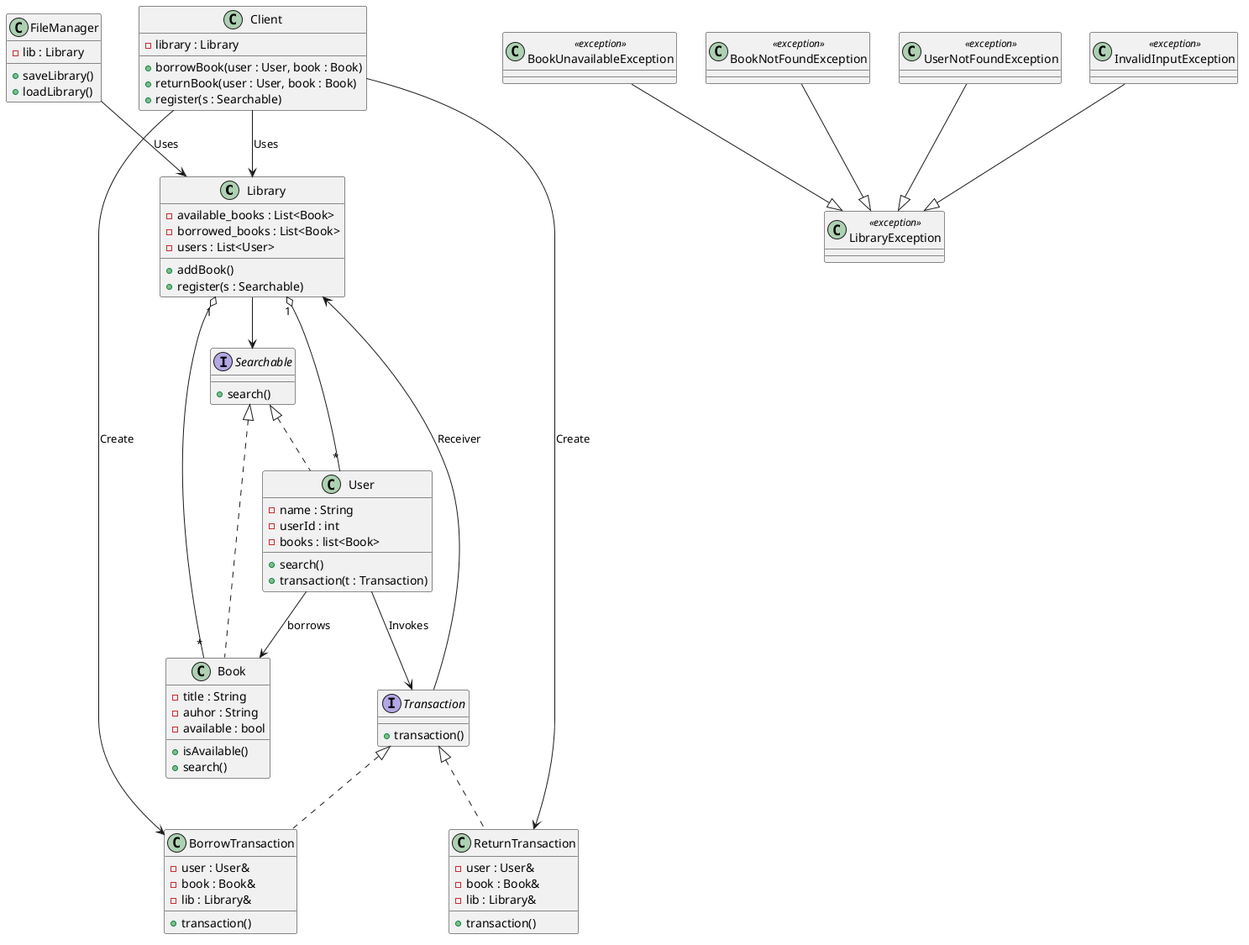
Above: library.png in Vincent-Pierce/Adaptive-Library-Management-System (PlantUML), before the change.
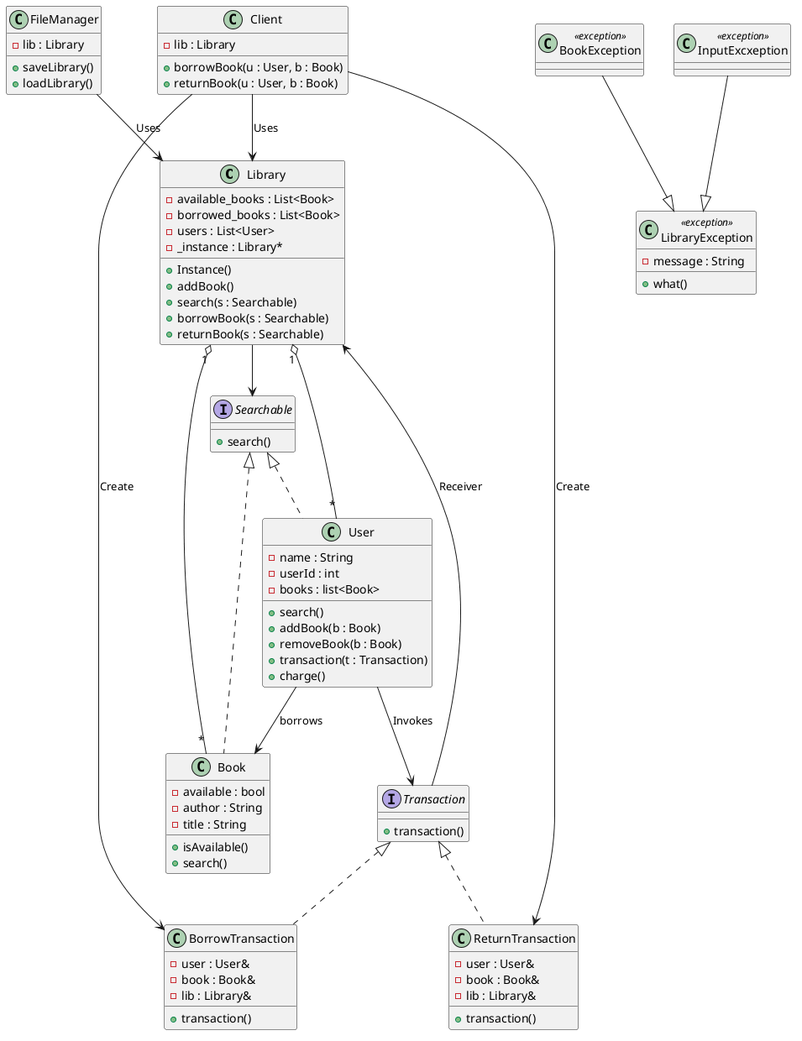
Later version of the same file.

What changed in the source:
```diff
@@ -4,9 +4,13 @@
     - available_books : List<Book>
     - borrowed_books : List<Book>
     - users : List<User>
+    - _instance : Library*
 
+    + Instance()
     + addBook()
-    + register(s : Searchable)
+    + search(s : Searchable)
+    + borrowBook(s : Searchable)
+    + returnBook(s : Searchable)
 }
 
 interface Searchable {
@@ -15,9 +19,9 @@
 }
 
 class Book {
+    - available : bool
+    - author : String
     - title : String
-    - auhor : String
-    - available : bool
 
     + isAvailable()
     + search()
@@ -29,15 +33,17 @@
     - books : list<Book>
 
     + search()
+    + addBook(b : Book)
+    + removeBook(b : Book)
     + transaction(t : Transaction)
+    + charge()
 }
 
 
 class Client {
-    - library : Library
-    + borrowBook(user : User, book : Book)
-    + returnBook(user : User, book : Book)
-    + register(s : Searchable)
+    - lib : Library
+    + borrowBook(u : User, b : Book)
+    + returnBook(u : User, b : Book)
 }
 
 interface Transaction {
@@ -61,18 +67,32 @@
     +transaction()
 }
 
+class LibraryException {
+    - message : String
+
+    + what()
+}
+
+class BookException {
+
+}
+
+class InputExcxeption {
+
+}
+
 class FileManager {
     - lib : Library
+
     + saveLibrary()
     + loadLibrary()
 }
 
 class LibraryException <<exception>>
 
-class BookUnavailableException <<exception>>
-class BookNotFoundException <<exception>>
-class UserNotFoundException <<exception>>
-class InvalidInputException <<exception>>
+class InputExcxeption <<exception>>
+class BookException <<exception>>
+
 
 Searchable <|.. Book
 Searchable <|.. User
@@ -88,8 +108,8 @@
 User --> Book : borrows
 User --> Transaction : Invokes
 FileManager --> Library : Uses
-BookUnavailableException --|> LibraryException
-BookNotFoundException --|> LibraryException
-UserNotFoundException --|> LibraryException
-InvalidInputException --|> LibraryException
+BookException --|> LibraryException
+InputExcxeption --|> LibraryException
+
+
 @enduml
```
